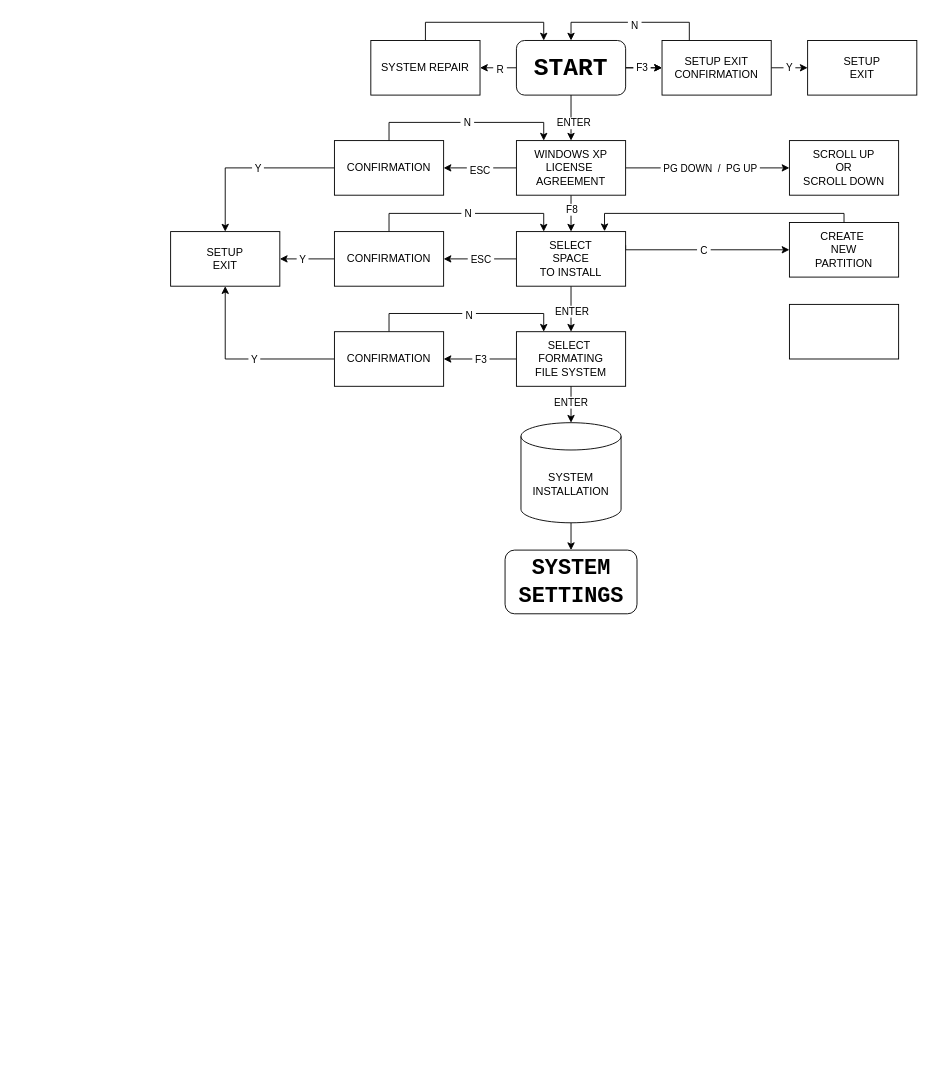
Before: Untitled Diagram.drawio in EzZy001/diagrams, a draw.io diagram. Source tidied: cells renumbered, new cells numbered last; positions are measured from the earlier drawing's top-left corner, leaving out a move shared by most shapes. Both pictures are drawn from the tidied source at 91%, with x=0, y=0 at pixel (170, 40).
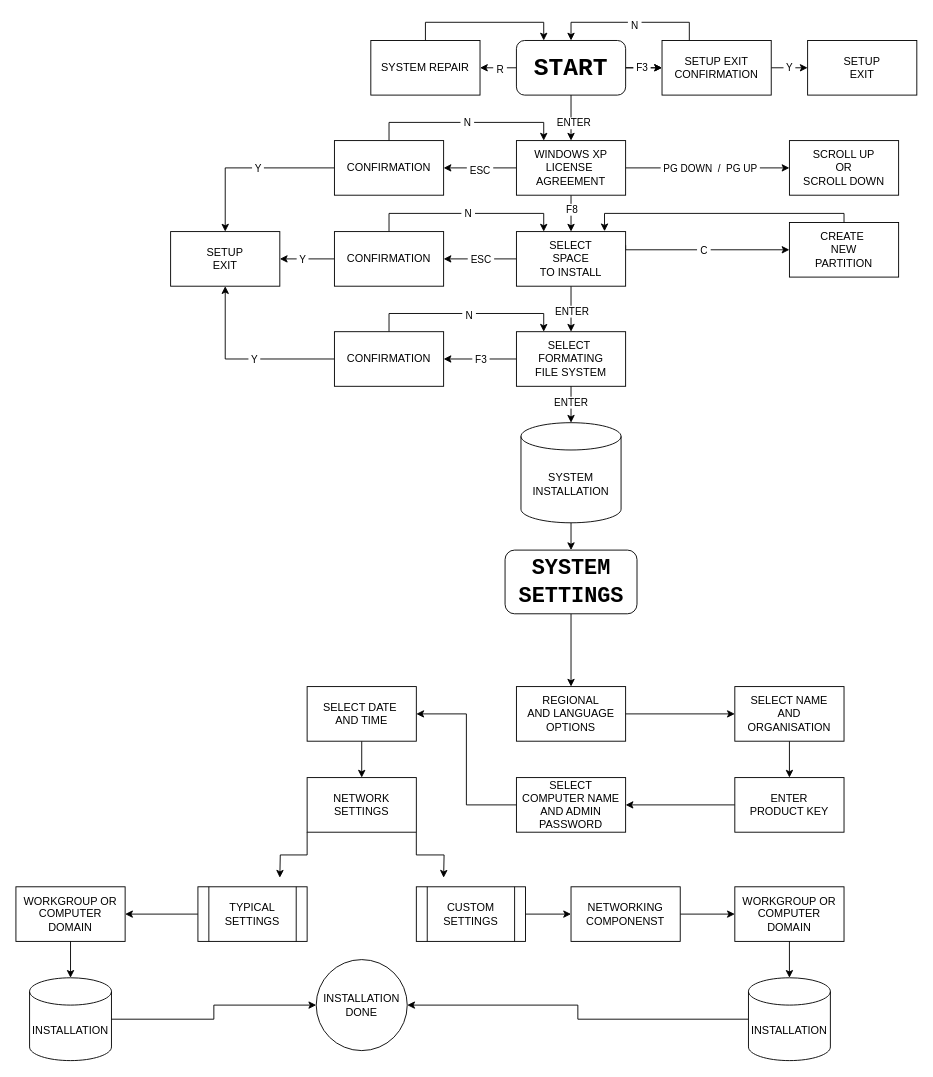
After the change.

Unchanged cells that the change refers to:
```xml
<mxCell id="37" value="&lt;h1&gt;&lt;font face=&quot;Courier New&quot;&gt;SYSTEM&lt;br&gt;SETTINGS&lt;/font&gt;&lt;/h1&gt;" style="rounded=1;whiteSpace=wrap;html=1;" parent="1" vertex="1">
  <mxGeometry x="367.5" y="560" width="145" height="70" as="geometry" />
</mxCell>
```

Change to the diagram source:
```diff
@@
+    <mxCell id="59" style="edgeStyle=orthogonalEdgeStyle;rounded=0;jettySize=auto;html=1;exitX=0.5;exitY=1;exitDx=0;exitDy=0;entryX=0.5;entryY=0;entryDx=0;entryDy=0;" parent="1" edge="1" source="37" target="61">
+      <mxGeometry relative="1" as="geometry" />
+    </mxCell>
@@
-    <mxCell id="52" style="rounded=0;whiteSpace=wrap;html=1;" parent="1" vertex="1">
-      <mxGeometry x="680" y="290" width="120" height="60" as="geometry" />
-    </mxCell>
@@
+    <mxCell id="60" style="edgeStyle=orthogonalEdgeStyle;rounded=0;jettySize=auto;html=1;exitX=1;exitY=0.5;exitDx=0;exitDy=0;entryX=0;entryY=0.5;entryDx=0;entryDy=0;" parent="1" edge="1" source="61" target="63">
+      <mxGeometry relative="1" as="geometry" />
+    </mxCell>
+    <mxCell id="61" value="REGIONAL&lt;div&gt;AND LANGUAGE&lt;/div&gt;&lt;div&gt;OPTIONS&lt;/div&gt;" style="rounded=0;whiteSpace=wrap;html=1;" parent="1" vertex="1">
+      <mxGeometry x="380" y="710" width="120" height="60" as="geometry" />
+    </mxCell>
+    <mxCell id="62" style="edgeStyle=orthogonalEdgeStyle;rounded=0;jettySize=auto;html=1;exitX=0.5;exitY=1;exitDx=0;exitDy=0;" parent="1" edge="1" source="63" target="65">
+      <mxGeometry relative="1" as="geometry" />
+    </mxCell>
+    <mxCell id="63" value="SELECT NAME&lt;div&gt;AND ORGANISATION&lt;/div&gt;" style="rounded=0;whiteSpace=wrap;html=1;" parent="1" vertex="1">
+      <mxGeometry x="620" y="710" width="120" height="60" as="geometry" />
+    </mxCell>
+    <mxCell id="64" style="edgeStyle=orthogonalEdgeStyle;rounded=0;jettySize=auto;html=1;exitX=0;exitY=0.5;exitDx=0;exitDy=0;entryX=1;entryY=0.5;entryDx=0;entryDy=0;" parent="1" edge="1" source="65" target="67">
+      <mxGeometry relative="1" as="geometry" />
+    </mxCell>
+    <mxCell id="65" value="ENTER&lt;div&gt;PRODUCT KEY&lt;/div&gt;" style="rounded=0;whiteSpace=wrap;html=1;" parent="1" vertex="1">
+      <mxGeometry x="620" y="810" width="120" height="60" as="geometry" />
+    </mxCell>
+    <mxCell id="66" style="edgeStyle=orthogonalEdgeStyle;rounded=0;jettySize=auto;html=1;exitX=0;exitY=0.5;exitDx=0;exitDy=0;entryX=1;entryY=0.5;entryDx=0;entryDy=0;" parent="1" edge="1" source="67" target="69">
+      <mxGeometry relative="1" as="geometry" />
+    </mxCell>
+    <mxCell id="67" value="SELECT COMPUTER NAME AND ADMIN PASSWORD" style="rounded=0;whiteSpace=wrap;html=1;" parent="1" vertex="1">
+      <mxGeometry x="380" y="810" width="120" height="60" as="geometry" />
+    </mxCell>
+    <mxCell id="68" style="edgeStyle=orthogonalEdgeStyle;rounded=0;jettySize=auto;html=1;exitX=0.5;exitY=1;exitDx=0;exitDy=0;entryX=0.5;entryY=0;entryDx=0;entryDy=0;" parent="1" edge="1" source="69" target="72">
+      <mxGeometry relative="1" as="geometry" />
+    </mxCell>
+    <mxCell id="69" value="SELECT DATE&amp;nbsp;&lt;div&gt;AND TIME&lt;/div&gt;" style="rounded=0;whiteSpace=wrap;html=1;" parent="1" vertex="1">
+      <mxGeometry x="150" y="710" width="120" height="60" as="geometry" />
+    </mxCell>
+    <mxCell id="70" style="edgeStyle=orthogonalEdgeStyle;rounded=0;jettySize=auto;html=1;exitX=1;exitY=1;exitDx=0;exitDy=0;entryX=0.25;entryY=0;entryDx=0;entryDy=0;" parent="1" edge="1" source="72">
+      <mxGeometry relative="1" as="geometry">
+        <mxPoint x="300" y="920" as="targetPoint" />
+      </mxGeometry>
+    </mxCell>
+    <mxCell id="71" style="edgeStyle=orthogonalEdgeStyle;rounded=0;jettySize=auto;html=1;exitX=0;exitY=1;exitDx=0;exitDy=0;entryX=0.75;entryY=0;entryDx=0;entryDy=0;" parent="1" edge="1" source="72">
+      <mxGeometry relative="1" as="geometry">
+        <mxPoint x="120" y="920" as="targetPoint" />
+      </mxGeometry>
+    </mxCell>
+    <mxCell id="72" value="NETWORK SETTINGS" style="rounded=0;whiteSpace=wrap;html=1;" parent="1" vertex="1">
+      <mxGeometry x="150" y="810" width="120" height="60" as="geometry" />
+    </mxCell>
+    <mxCell id="73" style="edgeStyle=orthogonalEdgeStyle;rounded=0;jettySize=auto;html=1;exitX=1;exitY=0.5;exitDx=0;exitDy=0;entryX=0;entryY=0.5;entryDx=0;entryDy=0;" parent="1" edge="1" source="74" target="83">
+      <mxGeometry relative="1" as="geometry" />
+    </mxCell>
+    <mxCell id="74" value="CUSTOM SETTINGS" style="shape=process;whiteSpace=wrap;html=1;backgroundOutline=1;" parent="1" vertex="1">
+      <mxGeometry x="270" y="930" width="120" height="60" as="geometry" />
+    </mxCell>
+    <mxCell id="75" style="edgeStyle=orthogonalEdgeStyle;rounded=0;jettySize=auto;html=1;exitX=0;exitY=0.5;exitDx=0;exitDy=0;entryX=1;entryY=0.5;entryDx=0;entryDy=0;" parent="1" edge="1" source="76" target="77">
+      <mxGeometry relative="1" as="geometry" />
+    </mxCell>
+    <mxCell id="76" value="TYPICAL&lt;br&gt;SETTINGS" style="shape=process;whiteSpace=wrap;html=1;backgroundOutline=1;" parent="1" vertex="1">
+      <mxGeometry x="30" y="930" width="120" height="60" as="geometry" />
+    </mxCell>
+    <mxCell id="77" value="WORKGROUP OR&lt;div&gt;COMPUTER DOMAIN&lt;/div&gt;" style="rounded=0;whiteSpace=wrap;html=1;" parent="1" vertex="1">
+      <mxGeometry x="-170" y="930" width="120" height="60" as="geometry" />
+    </mxCell>
+    <mxCell id="78" style="edgeStyle=orthogonalEdgeStyle;rounded=0;jettySize=auto;html=1;exitX=1;exitY=0.5;exitDx=0;exitDy=0;exitPerimeter=0;entryX=0;entryY=0.5;entryDx=0;entryDy=0;" parent="1" edge="1" source="79" target="81">
+      <mxGeometry relative="1" as="geometry" />
+    </mxCell>
+    <mxCell id="79" value="INSTALLATION" style="shape=cylinder3;whiteSpace=wrap;html=1;boundedLbl=1;backgroundOutline=1;size=15;" parent="1" vertex="1">
+      <mxGeometry x="-155" y="1030" width="90" height="91" as="geometry" />
+    </mxCell>
+    <mxCell id="80" style="edgeStyle=orthogonalEdgeStyle;rounded=0;jettySize=auto;html=1;exitX=0.5;exitY=1;exitDx=0;exitDy=0;entryX=0.5;entryY=0;entryDx=0;entryDy=0;entryPerimeter=0;" parent="1" edge="1" source="77" target="79">
+      <mxGeometry relative="1" as="geometry" />
+    </mxCell>
+    <mxCell id="81" value="INSTALLATION DONE" style="ellipse;whiteSpace=wrap;html=1;" parent="1" vertex="1">
+      <mxGeometry x="160" y="1010" width="100" height="100" as="geometry" />
+    </mxCell>
+    <mxCell id="82" style="edgeStyle=orthogonalEdgeStyle;rounded=0;jettySize=auto;html=1;exitX=1;exitY=0.5;exitDx=0;exitDy=0;entryX=0;entryY=0.5;entryDx=0;entryDy=0;" parent="1" edge="1" source="83" target="84">
+      <mxGeometry relative="1" as="geometry" />
+    </mxCell>
+    <mxCell id="83" value="NETWORKING&lt;div&gt;COMPONENST&lt;/div&gt;" style="rounded=0;whiteSpace=wrap;html=1;" parent="1" vertex="1">
+      <mxGeometry x="440" y="930" width="120" height="60" as="geometry" />
+    </mxCell>
+    <mxCell id="84" value="WORKGROUP OR&lt;div&gt;COMPUTER DOMAIN&lt;/div&gt;" style="rounded=0;whiteSpace=wrap;html=1;" parent="1" vertex="1">
+      <mxGeometry x="620" y="930" width="120" height="60" as="geometry" />
+    </mxCell>
+    <mxCell id="85" style="edgeStyle=orthogonalEdgeStyle;rounded=0;jettySize=auto;html=1;exitX=0;exitY=0.5;exitDx=0;exitDy=0;exitPerimeter=0;entryX=1;entryY=0.5;entryDx=0;entryDy=0;" parent="1" edge="1" source="86" target="81">
+      <mxGeometry relative="1" as="geometry" />
+    </mxCell>
+    <mxCell id="86" value="INSTALLATION" style="shape=cylinder3;whiteSpace=wrap;html=1;boundedLbl=1;backgroundOutline=1;size=15;" parent="1" vertex="1">
+      <mxGeometry x="635" y="1030" width="90" height="91" as="geometry" />
+    </mxCell>
+    <mxCell id="87" style="edgeStyle=orthogonalEdgeStyle;rounded=0;jettySize=auto;html=1;exitX=0.5;exitY=1;exitDx=0;exitDy=0;entryX=0.5;entryY=0;entryDx=0;entryDy=0;entryPerimeter=0;" parent="1" edge="1" source="84" target="86">
+      <mxGeometry relative="1" as="geometry" />
+    </mxCell>
```
